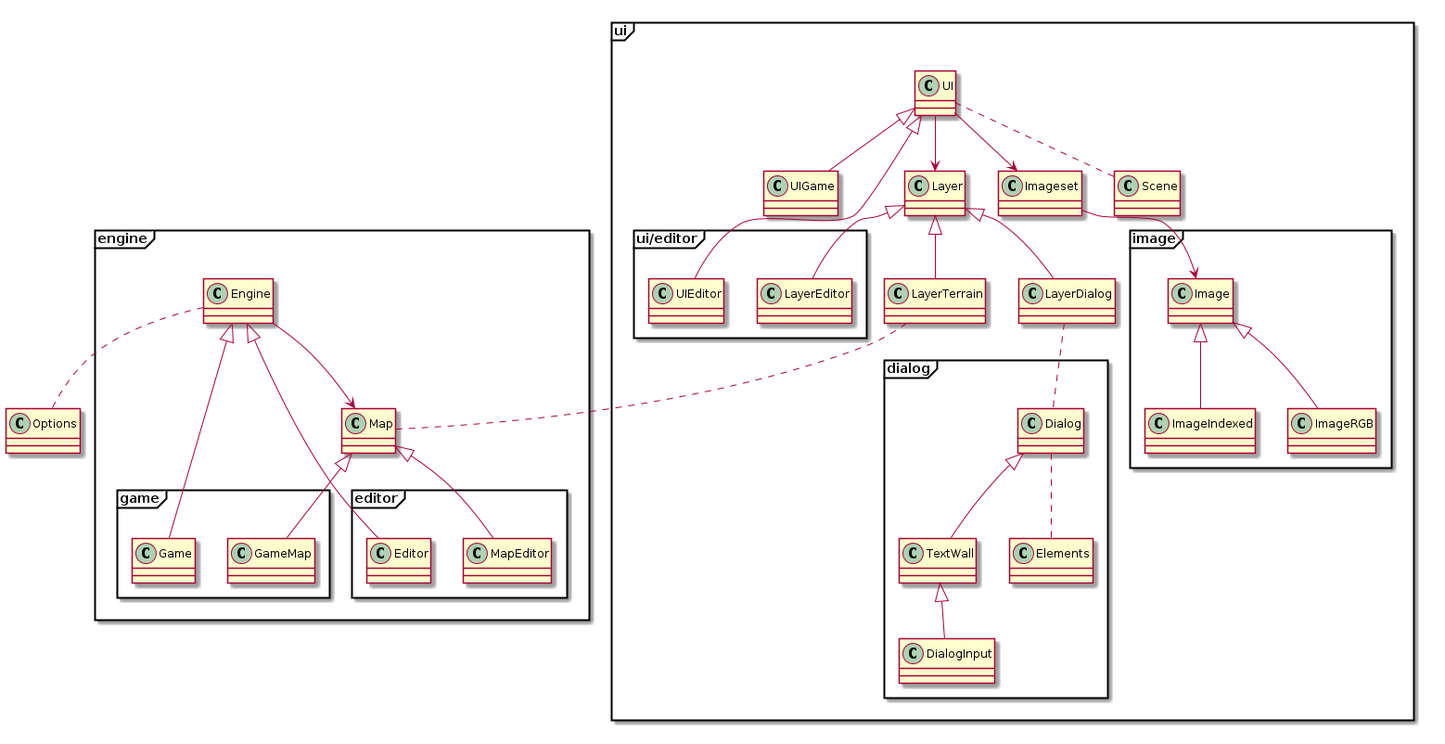
This is new/doc/classes.png from andrenho/newhope, a PlantUML export, as it was before one commit.
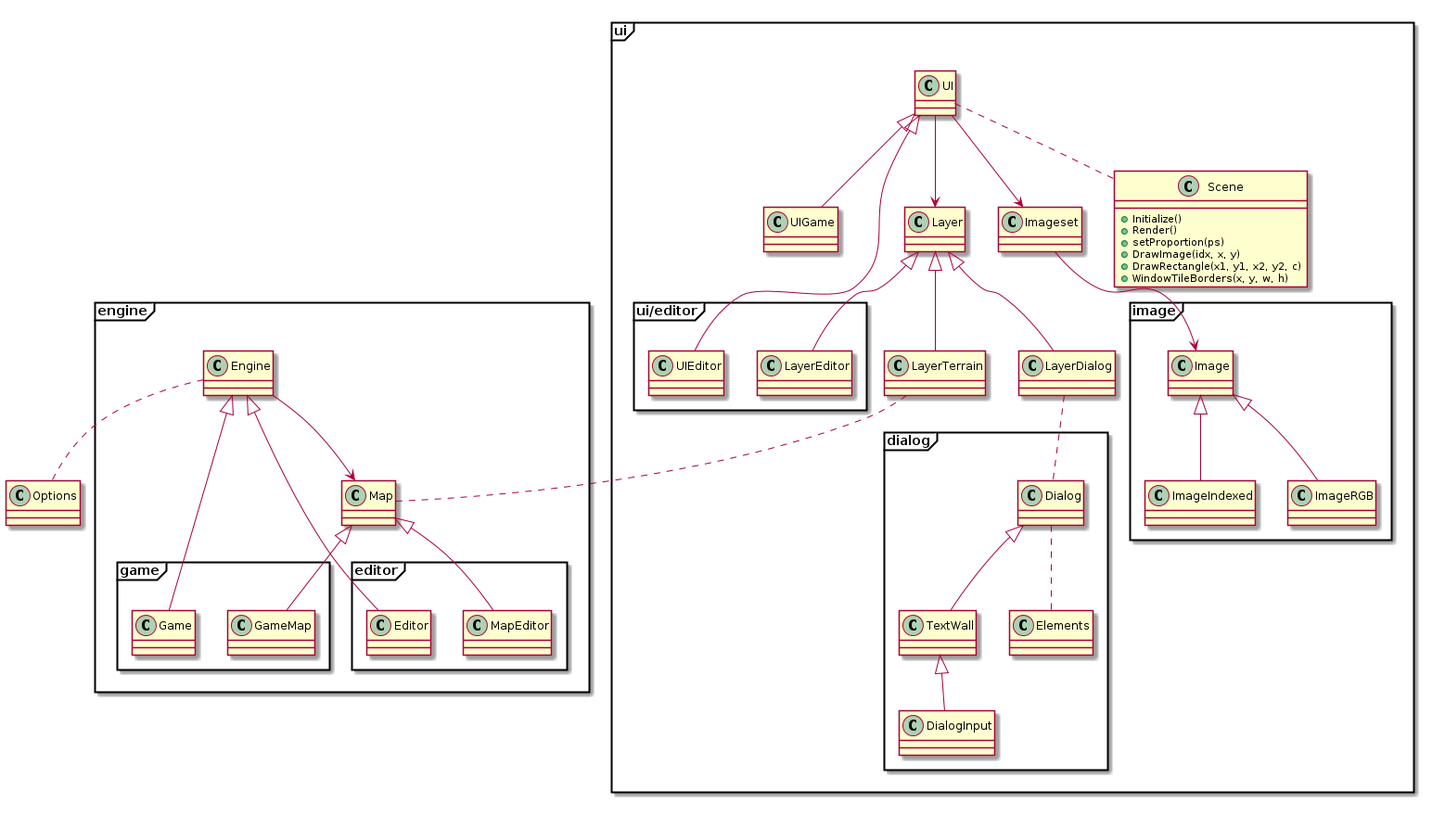
Later version of the same file.

Diff of the diagram source:
```diff
@@ -68,4 +68,13 @@
 Dialog .. Elements
 UI .. Scene
 
+class Scene {
+  +Initialize()
+  +Render()
+  +setProportion(ps)
+  +DrawImage(idx, x, y)
+  +DrawRectangle(x1, y1, x2, y2, c)
+  +WindowTileBorders(x, y, w, h)
+}
+
 @enduml
```
